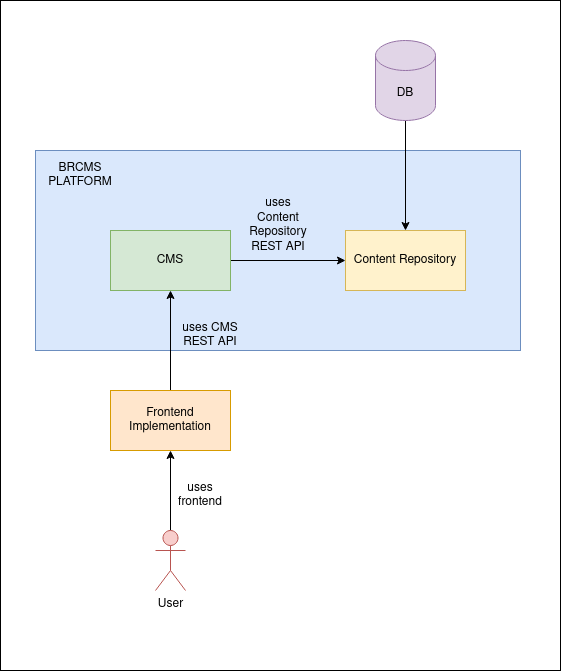
Above: docs/images/brcms-architecture.png in firatkucuk/brcms (draw.io), before the change. Source tidied: cells renumbered, new cells last; positions are measured from the earlier drawing's top-left corner, leaving out a move shared by most shapes.
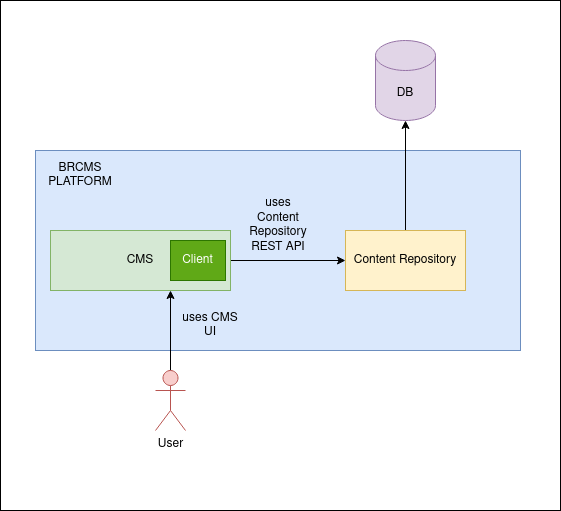
After the change.

Change to the diagram source:
```diff
@@ -3,7 +3,7 @@
     <mxCell id="0" />
     <mxCell id="1" parent="0" />
     <mxCell id="2" style="rounded=0;whiteSpace=wrap;html=1;" parent="1" vertex="1">
-      <mxGeometry width="560" height="670" as="geometry" />
+      <mxGeometry width="560" height="510" as="geometry" />
     </mxCell>
     <mxCell id="3" style="rounded=0;whiteSpace=wrap;html=1;fillColor=#dae8fc;strokeColor=#6c8ebf;" parent="1" vertex="1">
       <mxGeometry x="35" y="150" width="485" height="200" as="geometry" />
@@ -12,40 +12,36 @@
       <mxGeometry relative="1" as="geometry" />
     </mxCell>
     <mxCell id="5" value="CMS" style="rounded=0;whiteSpace=wrap;html=1;fillColor=#d5e8d4;strokeColor=#82b366;" parent="1" vertex="1">
-      <mxGeometry x="110" y="230" width="120" height="60" as="geometry" />
+      <mxGeometry x="50" y="230" width="180" height="60" as="geometry" />
     </mxCell>
+    <mxCell id="17" style="edgeStyle=orthogonalEdgeStyle;rounded=0;jettySize=auto;html=1;" parent="1" edge="1" source="6" target="16">
+      <mxGeometry relative="1" as="geometry" />
+    </mxCell>
     <mxCell id="6" value="Content Repository" style="rounded=0;whiteSpace=wrap;html=1;fillColor=#fff2cc;strokeColor=#d6b656;" parent="1" vertex="1">
       <mxGeometry x="345" y="230" width="120" height="60" as="geometry" />
     </mxCell>
-    <mxCell id="7" style="edgeStyle=orthogonalEdgeStyle;rounded=0;jettySize=auto;html=1;" parent="1" edge="1" source="8" target="10">
-      <mxGeometry relative="1" as="geometry" />
+    <mxCell id="7" style="edgeStyle=orthogonalEdgeStyle;rounded=0;jettySize=auto;html=1;" parent="1" edge="1" source="8">
+      <mxGeometry relative="1" as="geometry">
+        <mxPoint x="170" y="290" as="targetPoint" />
+      </mxGeometry>
     </mxCell>
     <mxCell id="8" value="User" style="shape=umlActor;verticalLabelPosition=bottom;verticalAlign=top;html=1;outlineConnect=0;fillColor=#f8cecc;strokeColor=#b85450;" parent="1" vertex="1">
-      <mxGeometry x="155" y="530" width="30" height="60" as="geometry" />
+      <mxGeometry x="155" y="370" width="30" height="60" as="geometry" />
     </mxCell>
-    <mxCell id="9" style="edgeStyle=orthogonalEdgeStyle;rounded=0;jettySize=auto;html=1;exitX=0.5;exitY=0;exitDx=0;exitDy=0;" parent="1" edge="1" source="10" target="5">
-      <mxGeometry relative="1" as="geometry" />
-    </mxCell>
-    <mxCell id="10" value="Frontend Implementation" style="rounded=0;whiteSpace=wrap;html=1;fillColor=#ffe6cc;strokeColor=#d79b00;" parent="1" vertex="1">
-      <mxGeometry x="110" y="390" width="120" height="60" as="geometry" />
-    </mxCell>
-    <mxCell id="11" value="uses frontend" style="text;html=1;strokeColor=none;fillColor=none;align=center;verticalAlign=middle;whiteSpace=wrap;rounded=0;" parent="1" vertex="1">
-      <mxGeometry x="170" y="480" width="60" height="30" as="geometry" />
-    </mxCell>
     <mxCell id="12" value="BRCMS PLATFORM" style="text;html=1;strokeColor=none;fillColor=none;align=center;verticalAlign=middle;whiteSpace=wrap;rounded=0;" parent="1" vertex="1">
       <mxGeometry x="50" y="160" width="60" height="30" as="geometry" />
     </mxCell>
-    <mxCell id="13" value="uses CMS REST API" style="text;html=1;strokeColor=none;fillColor=none;align=center;verticalAlign=middle;whiteSpace=wrap;rounded=0;" parent="1" vertex="1">
-      <mxGeometry x="180" y="320" width="60" height="30" as="geometry" />
+    <mxCell id="13" value="uses CMS UI" style="text;html=1;strokeColor=none;fillColor=none;align=center;verticalAlign=middle;whiteSpace=wrap;rounded=0;" parent="1" vertex="1">
+      <mxGeometry x="180" y="310" width="60" height="30" as="geometry" />
     </mxCell>
     <mxCell id="14" value="uses Content Repository REST API" style="text;html=1;strokeColor=none;fillColor=none;align=center;verticalAlign=middle;whiteSpace=wrap;rounded=0;" parent="1" vertex="1">
       <mxGeometry x="247.5" y="210" width="60" height="30" as="geometry" />
     </mxCell>
-    <mxCell id="15" style="edgeStyle=orthogonalEdgeStyle;rounded=0;jettySize=auto;html=1;" parent="1" edge="1" source="16" target="6">
-      <mxGeometry relative="1" as="geometry" />
-    </mxCell>
     <mxCell id="16" value="DB" style="shape=cylinder3;whiteSpace=wrap;html=1;boundedLbl=1;backgroundOutline=1;size=15;fillColor=#e1d5e7;strokeColor=#9673a6;" parent="1" vertex="1">
       <mxGeometry x="375" y="40" width="60" height="80" as="geometry" />
     </mxCell>
+    <mxCell id="18" value="Client" style="rounded=0;whiteSpace=wrap;html=1;fillColor=#60a917;fontColor=#ffffff;strokeColor=#2D7600;" parent="1" vertex="1">
+      <mxGeometry x="170" y="240" width="55" height="40" as="geometry" />
+    </mxCell>
   </root>
 </mxGraphModel>
```
